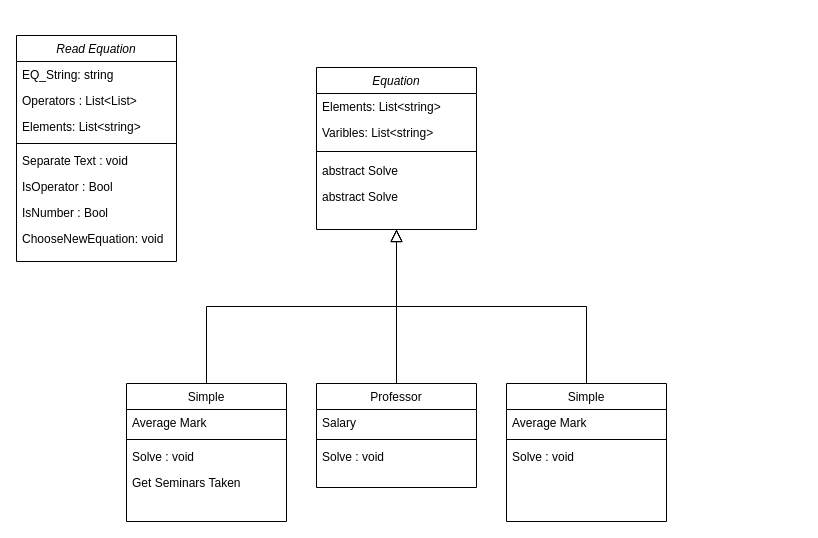
jeremyb18/cse210-projects keeps this draw.io diagram as final/Final Project.drawio. Above is the earlier version. Source tidied: cells renumbered, new cells numbered last; positions are measured from the earlier drawing's top-left corner, leaving out a move shared by most shapes. Both pictures are drawn from the tidied source at 100%, with x=0, y=0 at pixel (16, 35).
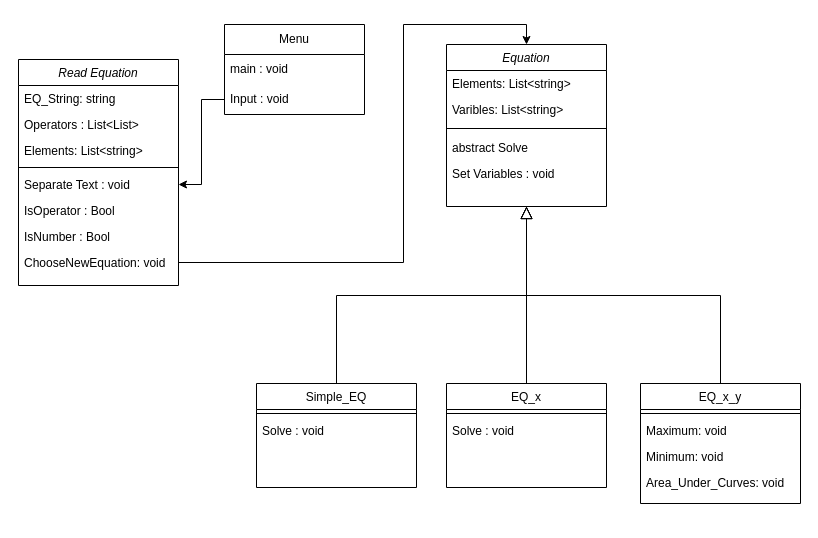
The same diagram, later.

Unchanged cells that the change refers to:
```xml
<mxCell id="23" value="Separate Text : void" style="text;align=left;verticalAlign=top;spacingLeft=4;spacingRight=4;overflow=hidden;points=[[0,0.5],[1,0.5]];portConstraint=eastwest;" parent="18" vertex="1">
  <mxGeometry y="112" width="160" height="26" as="geometry" />
</mxCell>
<mxCell id="26" value="ChooseNewEquation: void" style="text;align=left;verticalAlign=top;spacingLeft=4;spacingRight=4;overflow=hidden;points=[[0,0.5],[1,0.5]];portConstraint=eastwest;" parent="18" vertex="1">
  <mxGeometry y="190" width="160" height="26" as="geometry" />
</mxCell>
```

What changed in the source:
```diff
@@
     <mxCell id="2" value="Equation" style="swimlane;fontStyle=2;align=center;verticalAlign=top;horizontal=1;startSize=26;rounded=0;shadow=0;strokeWidth=1;" parent="1" vertex="1">
-      <mxGeometry x="300" y="32" width="160" height="162" as="geometry" />
+      <mxGeometry x="430" y="9" width="160" height="162" as="geometry" />
     </mxCell>
@@
-    <mxCell id="7" value="abstract Solve" style="text;align=left;verticalAlign=top;spacingLeft=4;spacingRight=4;overflow=hidden;" parent="2" vertex="1">
+    <mxCell id="7" value="Set Variables : void" style="text;align=left;verticalAlign=top;spacingLeft=4;spacingRight=4;overflow=hidden;" parent="2" vertex="1">
       <mxGeometry y="116" width="160" height="26" as="geometry" />
     </mxCell>
-    <mxCell id="8" value="Simple" style="swimlane;fontStyle=0;align=center;verticalAlign=top;horizontal=1;startSize=26;rounded=0;shadow=0;strokeWidth=1;" parent="1" vertex="1">
-      <mxGeometry x="110" y="348" width="160" height="138" as="geometry" />
+    <mxCell id="8" value="Simple_EQ" style="swimlane;fontStyle=0;align=center;verticalAlign=top;horizontal=1;startSize=26;rounded=0;shadow=0;strokeWidth=1;" parent="1" vertex="1">
+      <mxGeometry x="240" y="348" width="160" height="104" as="geometry" />
     </mxCell>
-    <mxCell id="9" value="Average Mark" style="text;align=left;verticalAlign=top;spacingLeft=4;spacingRight=4;overflow=hidden;rounded=0;shadow=0;html=0;" parent="8" vertex="1">
-      <mxGeometry y="26" width="160" height="26" as="geometry" />
-    </mxCell>
     <mxCell id="10" style="line;html=1;strokeWidth=1;align=left;verticalAlign=middle;spacingTop=-1;spacingLeft=3;spacingRight=3;labelPosition=right;" parent="8" vertex="1">
-      <mxGeometry y="52" width="160" height="8" as="geometry" />
+      <mxGeometry y="26" width="160" height="8" as="geometry" />
     </mxCell>
     <mxCell id="11" value="Solve : void" style="text;align=left;verticalAlign=top;spacingLeft=4;spacingRight=4;overflow=hidden;fontStyle=0;" parent="8" vertex="1">
-      <mxGeometry y="60" width="160" height="26" as="geometry" />
+      <mxGeometry y="34" width="160" height="26" as="geometry" />
     </mxCell>
-    <mxCell id="12" value="Get Seminars Taken" style="text;align=left;verticalAlign=top;spacingLeft=4;spacingRight=4;overflow=hidden;" parent="8" vertex="1">
-      <mxGeometry y="86" width="160" height="26" as="geometry" />
-    </mxCell>
@@
-    <mxCell id="14" value="Professor" style="swimlane;fontStyle=0;align=center;verticalAlign=top;horizontal=1;startSize=26;rounded=0;shadow=0;strokeWidth=1;" parent="1" vertex="1">
-      <mxGeometry x="300" y="348" width="160" height="104" as="geometry" />
+    <mxCell id="14" value="EQ_x" style="swimlane;fontStyle=0;align=center;verticalAlign=top;horizontal=1;startSize=26;rounded=0;shadow=0;strokeWidth=1;" parent="1" vertex="1">
+      <mxGeometry x="430" y="348" width="160" height="104" as="geometry" />
     </mxCell>
-    <mxCell id="15" value="Salary" style="text;align=left;verticalAlign=top;spacingLeft=4;spacingRight=4;overflow=hidden;" parent="14" vertex="1">
-      <mxGeometry y="26" width="160" height="26" as="geometry" />
-    </mxCell>
     <mxCell id="16" style="line;html=1;strokeWidth=1;align=left;verticalAlign=middle;spacingTop=-1;spacingLeft=3;spacingRight=3;labelPosition=right;" parent="14" vertex="1">
-      <mxGeometry y="52" width="160" height="8" as="geometry" />
+      <mxGeometry y="26" width="160" height="8" as="geometry" />
     </mxCell>
     <mxCell id="17" value="Solve : void" style="text;align=left;verticalAlign=top;spacingLeft=4;spacingRight=4;overflow=hidden;fontStyle=0;" parent="14" vertex="1">
-      <mxGeometry y="60" width="160" height="26" as="geometry" />
+      <mxGeometry y="34" width="160" height="26" as="geometry" />
     </mxCell>
     <mxCell id="18" value="Read Equation" style="swimlane;fontStyle=2;align=center;verticalAlign=top;horizontal=1;startSize=26;rounded=0;shadow=0;strokeWidth=1;" parent="1" vertex="1">
-      <mxGeometry width="160" height="226" as="geometry" />
+      <mxGeometry x="2" y="24" width="160" height="226" as="geometry" />
     </mxCell>
@@
-    <mxCell id="27" value="Simple" style="swimlane;fontStyle=0;align=center;verticalAlign=top;horizontal=1;startSize=26;rounded=0;shadow=0;strokeWidth=1;" parent="1" vertex="1">
-      <mxGeometry x="490" y="348" width="160" height="138" as="geometry" />
+    <mxCell id="27" value="EQ_x_y" style="swimlane;fontStyle=0;align=center;verticalAlign=top;horizontal=1;startSize=26;rounded=0;shadow=0;strokeWidth=1;" parent="1" vertex="1">
+      <mxGeometry x="624" y="348" width="160" height="120" as="geometry" />
     </mxCell>
-    <mxCell id="28" value="Average Mark" style="text;align=left;verticalAlign=top;spacingLeft=4;spacingRight=4;overflow=hidden;rounded=0;shadow=0;html=0;" parent="27" vertex="1">
-      <mxGeometry y="26" width="160" height="26" as="geometry" />
-    </mxCell>
     <mxCell id="29" style="line;html=1;strokeWidth=1;align=left;verticalAlign=middle;spacingTop=-1;spacingLeft=3;spacingRight=3;labelPosition=right;" parent="27" vertex="1">
-      <mxGeometry y="52" width="160" height="8" as="geometry" />
+      <mxGeometry y="26" width="160" height="8" as="geometry" />
     </mxCell>
-    <mxCell id="30" value="Solve : void" style="text;align=left;verticalAlign=top;spacingLeft=4;spacingRight=4;overflow=hidden;fontStyle=0;" parent="27" vertex="1">
-      <mxGeometry y="60" width="160" height="26" as="geometry" />
+    <mxCell id="30" value="Maximum: void" style="text;align=left;verticalAlign=top;spacingLeft=4;spacingRight=4;overflow=hidden;fontStyle=0;" parent="27" vertex="1">
+      <mxGeometry y="34" width="160" height="26" as="geometry" />
     </mxCell>
+    <mxCell id="33" value="Minimum: void" style="text;align=left;verticalAlign=top;spacingLeft=4;spacingRight=4;overflow=hidden;fontStyle=0;" parent="27" vertex="1">
+      <mxGeometry y="60" width="160" height="26" as="geometry" />
+    </mxCell>
+    <mxCell id="34" value="Area_Under_Curves: void" style="text;align=left;verticalAlign=top;spacingLeft=4;spacingRight=4;overflow=hidden;fontStyle=0;" parent="27" vertex="1">
+      <mxGeometry y="86" width="160" height="24" as="geometry" />
+    </mxCell>
@@
+    <mxCell id="35" value="Menu" style="swimlane;fontStyle=0;horizontal=1;startSize=30;whiteSpace=wrap;html=1;" parent="1" vertex="1">
+      <mxGeometry x="208" y="-11" width="140" height="90" as="geometry" />
+    </mxCell>
+    <mxCell id="36" value="main : void" style="text;strokeColor=none;fillColor=none;align=left;verticalAlign=middle;spacingLeft=4;spacingRight=4;overflow=hidden;whiteSpace=wrap;html=1;" parent="35" vertex="1">
+      <mxGeometry y="30" width="140" height="30" as="geometry" />
+    </mxCell>
+    <mxCell id="37" value="Input : void" style="text;strokeColor=none;fillColor=none;align=left;verticalAlign=middle;spacingLeft=4;spacingRight=4;overflow=hidden;points=[[0,0.5],[1,0.5]];portConstraint=eastwest;whiteSpace=wrap;html=1;" parent="35" vertex="1">
+      <mxGeometry y="60" width="140" height="30" as="geometry" />
+    </mxCell>
+    <mxCell id="38" style="edgeStyle=orthogonalEdgeStyle;rounded=0;jettySize=auto;html=1;entryX=1;entryY=0.5;entryDx=0;entryDy=0;" parent="1" edge="1" source="37" target="23">
+      <mxGeometry relative="1" as="geometry" />
+    </mxCell>
+    <mxCell id="39" style="edgeStyle=orthogonalEdgeStyle;rounded=0;jettySize=auto;html=1;entryX=0.5;entryY=0;entryDx=0;entryDy=0;" parent="1" edge="1" source="26" target="2">
+      <mxGeometry relative="1" as="geometry">
+        <Array as="points">
+          <mxPoint x="387" y="227" />
+          <mxPoint x="387" y="-11" />
+          <mxPoint x="510" y="-11" />
+        </Array>
+      </mxGeometry>
+    </mxCell>
```
